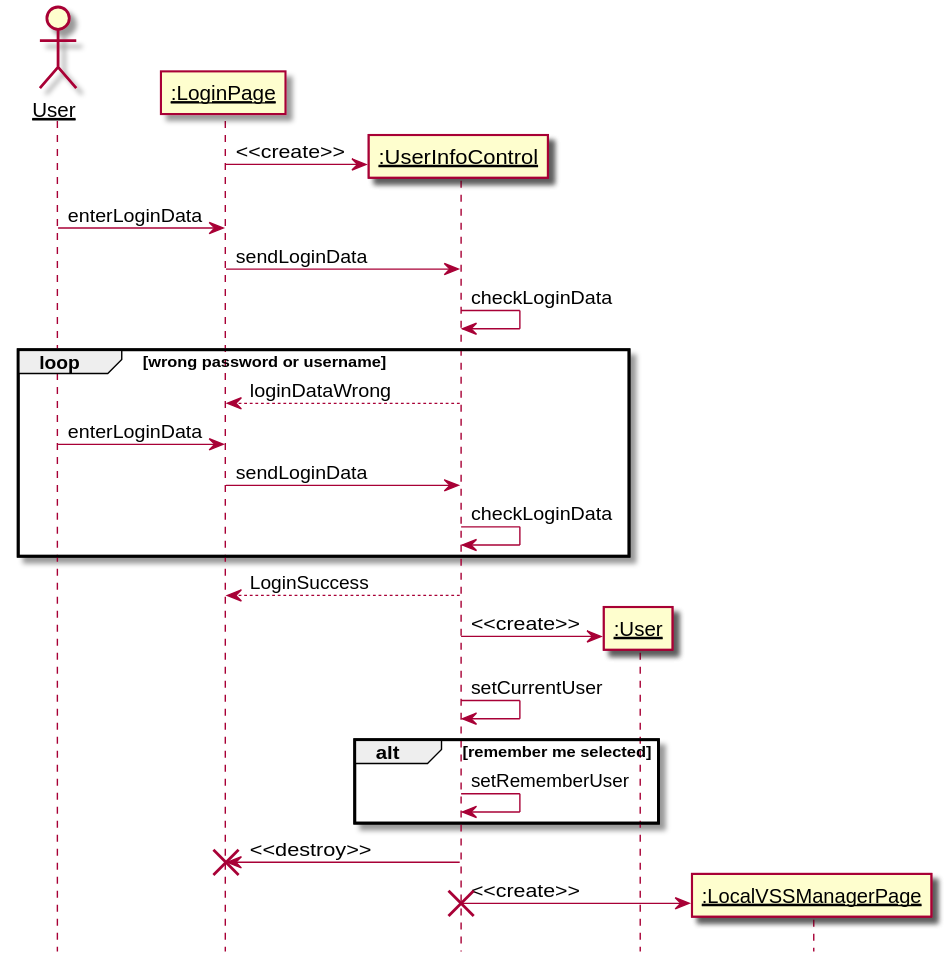
The PlantUML diagram 需求定义和分析/Login.svg in kpp19920121/doc, before a commit. The source it was exported from:
```plantuml
@startuml Login
hide footbox
skinparam sequenceParticipant underline

actor User as user
participant ":LoginPage" as boundary
participant ":UserInfoControl" as control
participant ":User" as userdata
participant ":LocalVSSManagerPage" as nextpage

create control
boundary -> control: <<create>>
user -> boundary: enterLoginData
boundary -> control: sendLoginData
control -> control: checkLoginData
loop wrong password or username
    control --> boundary: loginDataWrong
    user -> boundary: enterLoginData
    boundary -> control: sendLoginData
    control -> control: checkLoginData
end
control --> boundary: LoginSuccess
create userdata
control -> userdata: <<create>>
control -> control: setCurrentUser
alt remember me selected
    control -> control: setRememberUser
end
control -> boundary: <<destroy>>
destroy boundary
create nextpage
control -> nextpage: <<create>>
destroy control
@enduml
```
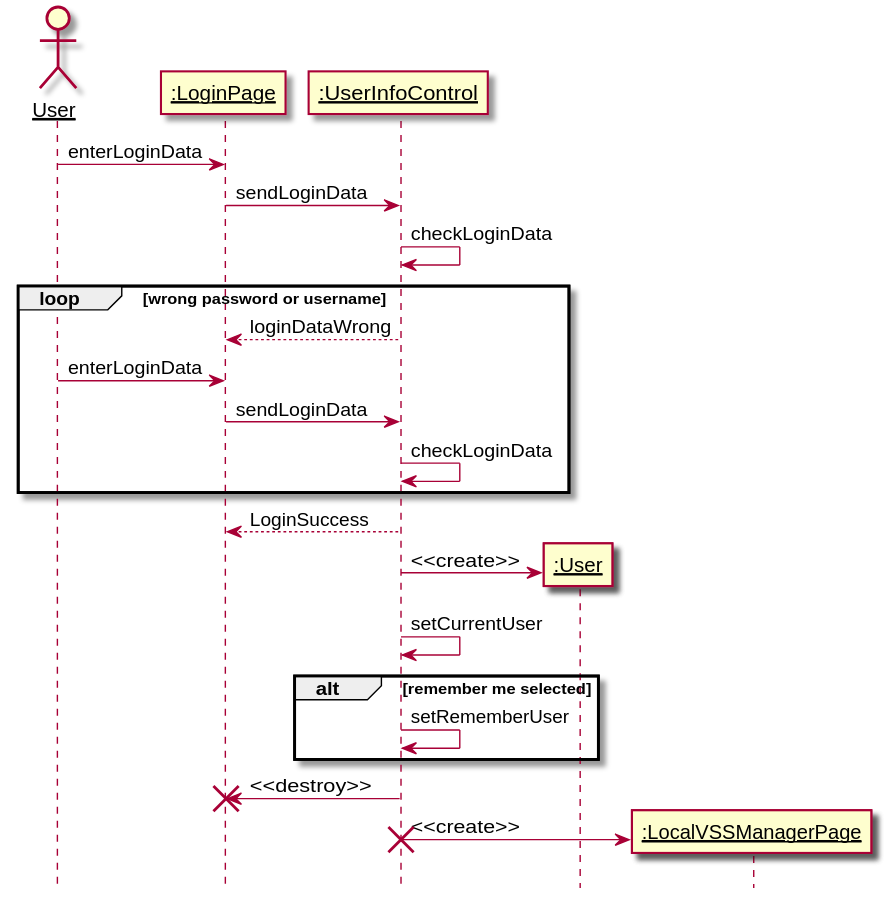
Above is the later version.

Diff of the diagram source:
```diff
@@ -8,8 +8,6 @@
 participant ":User" as userdata
 participant ":LocalVSSManagerPage" as nextpage
 
-create control
-boundary -> control: <<create>>
 user -> boundary: enterLoginData
 boundary -> control: sendLoginData
 control -> control: checkLoginData
```
